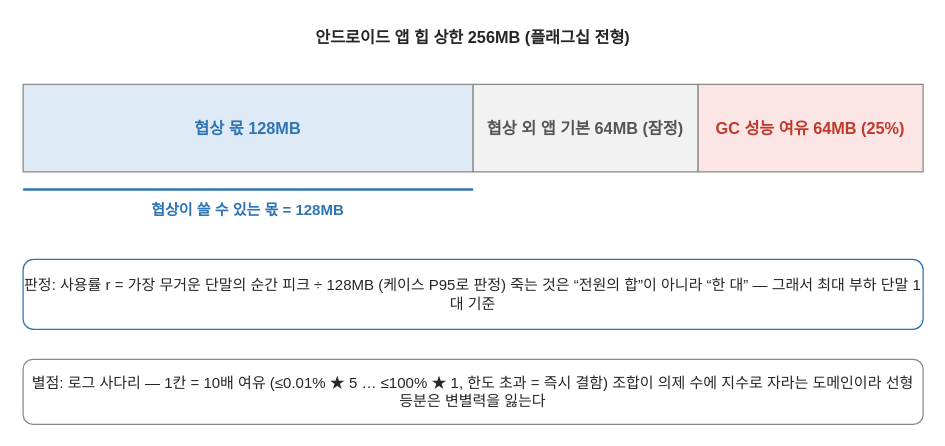
The draw.io diagram docs/changbae/drawio/61-3-RU-한도-유도-개념.drawio in Sunwoo-Nam/architect-teamproject, before the edit. Source tidied: cells renumbered, new cells numbered last; positions are measured from the earlier drawing's top-left corner, leaving out a move shared by most shapes. Both pictures are drawn from the tidied source at 125%, with x=0, y=0 at pixel (22, 21).
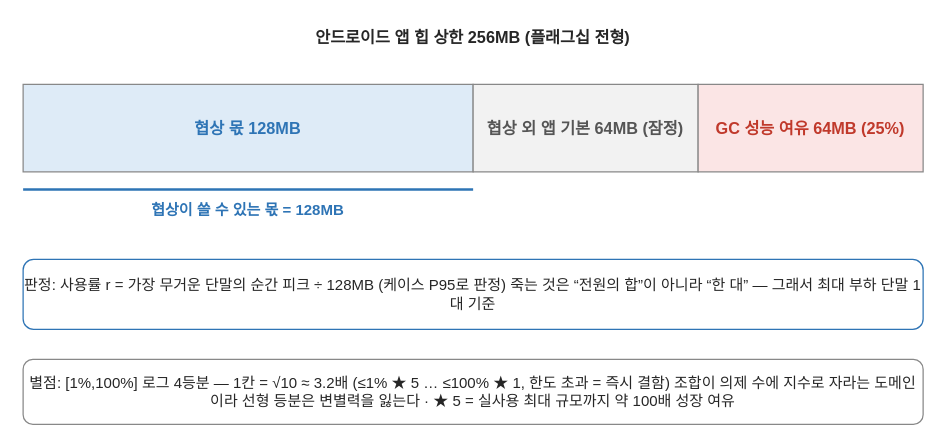
After the change.

What changed in the source:
```diff
@@
 <mxGraphModel>
   <root>
     <mxCell id="0" />
     <mxCell id="1" parent="0" />
     <mxCell id="2" value="안드로이드 앱 힙 상한 256MB (플래그십 전형)" style="rounded=0;whiteSpace=wrap;html=1;fillColor=none;strokeColor=none;fontSize=13;fontColor=#262626;align=center;verticalAlign=middle;strokeWidth=1;fontStyle=1;strokeColor=none;" parent="1" vertex="1">
       <mxGeometry width="720" height="24" as="geometry" />
     </mxCell>
     <mxCell id="3" value="협상 몫  128MB" style="rounded=0;whiteSpace=wrap;html=1;fillColor=#DEEBF7;strokeColor=#888888;fontSize=13;fontColor=#2E74B5;align=center;verticalAlign=middle;strokeWidth=1;fontStyle=1;" parent="1" vertex="1">
       <mxGeometry y="50" width="360" height="70" as="geometry" />
     </mxCell>
     <mxCell id="4" value="협상 외 앱 기본  64MB (잠정)" style="rounded=0;whiteSpace=wrap;html=1;fillColor=#F2F2F2;strokeColor=#888888;fontSize=13;fontColor=#555555;align=center;verticalAlign=middle;strokeWidth=1;fontStyle=1;" parent="1" vertex="1">
       <mxGeometry x="360" y="50" width="180" height="70" as="geometry" />
     </mxCell>
     <mxCell id="5" value="GC 성능 여유  64MB (25%)" style="rounded=0;whiteSpace=wrap;html=1;fillColor=#FBE5E5;strokeColor=#888888;fontSize=13;fontColor=#C0392B;align=center;verticalAlign=middle;strokeWidth=1;fontStyle=1;" parent="1" vertex="1">
       <mxGeometry x="540" y="50" width="180" height="70" as="geometry" />
     </mxCell>
     <mxCell id="6" style="endArrow=none;html=1;strokeColor=#2E74B5;strokeWidth=2;endFill=1;" parent="1" edge="1">
       <mxGeometry relative="1" as="geometry">
         <mxPoint y="134" as="sourcePoint" />
         <mxPoint x="360" y="134" as="targetPoint" />
       </mxGeometry>
     </mxCell>
     <mxCell id="7" value="협상이 쓸 수 있는 몫 = 128MB" style="rounded=0;whiteSpace=wrap;html=1;fillColor=none;strokeColor=none;fontSize=12;fontColor=#2E74B5;align=center;verticalAlign=middle;strokeWidth=1;fontStyle=1;strokeColor=none;" parent="1" vertex="1">
       <mxGeometry y="140" width="360" height="22" as="geometry" />
     </mxCell>
     <mxCell id="8" value="판정: 사용률 r = 가장 무거운 단말의 순간 피크 ÷ 128MB  (케이스 P95로 판정)&amp;#10;죽는 것은 “전원의 합”이 아니라 “한 대” — 그래서 최대 부하 단말 1대 기준" style="rounded=1;whiteSpace=wrap;html=1;fillColor=#FFFFFF;strokeColor=#2E74B5;fontSize=12;fontColor=#262626;align=center;verticalAlign=middle;strokeWidth=1;" parent="1" vertex="1">
       <mxGeometry y="190" width="720" height="56" as="geometry" />
     </mxCell>
-    <mxCell id="9" value="별점: 로그 사다리 — 1칸 = 10배 여유  (≤0.01% ★ 5 … ≤100% ★ 1, 한도 초과 = 즉시 결함)&amp;#10;조합이 의제 수에 지수로 자라는 도메인이라 선형 등분은 변별력을 잃는다" style="rounded=1;whiteSpace=wrap;html=1;fillColor=#FFFFFF;strokeColor=#888888;fontSize=12;fontColor=#262626;align=center;verticalAlign=middle;strokeWidth=1;" parent="1" vertex="1">
+    <mxCell id="9" value="별점: [1%,100%] 로그 4등분 — 1칸 = √10 ≈ 3.2배  (≤1% ★ 5 … ≤100% ★ 1, 한도 초과 = 즉시 결함)&amp;#10;조합이 의제 수에 지수로 자라는 도메인이라 선형 등분은 변별력을 잃는다 · ★ 5 = 실사용 최대 규모까지 약 100배 성장 여유" style="rounded=1;whiteSpace=wrap;html=1;fillColor=#FFFFFF;strokeColor=#888888;fontSize=12;fontColor=#262626;align=center;verticalAlign=middle;strokeWidth=1;" parent="1" vertex="1">
       <mxGeometry y="270" width="720" height="52" as="geometry" />
     </mxCell>
   </root>
 </mxGraphModel>
```
